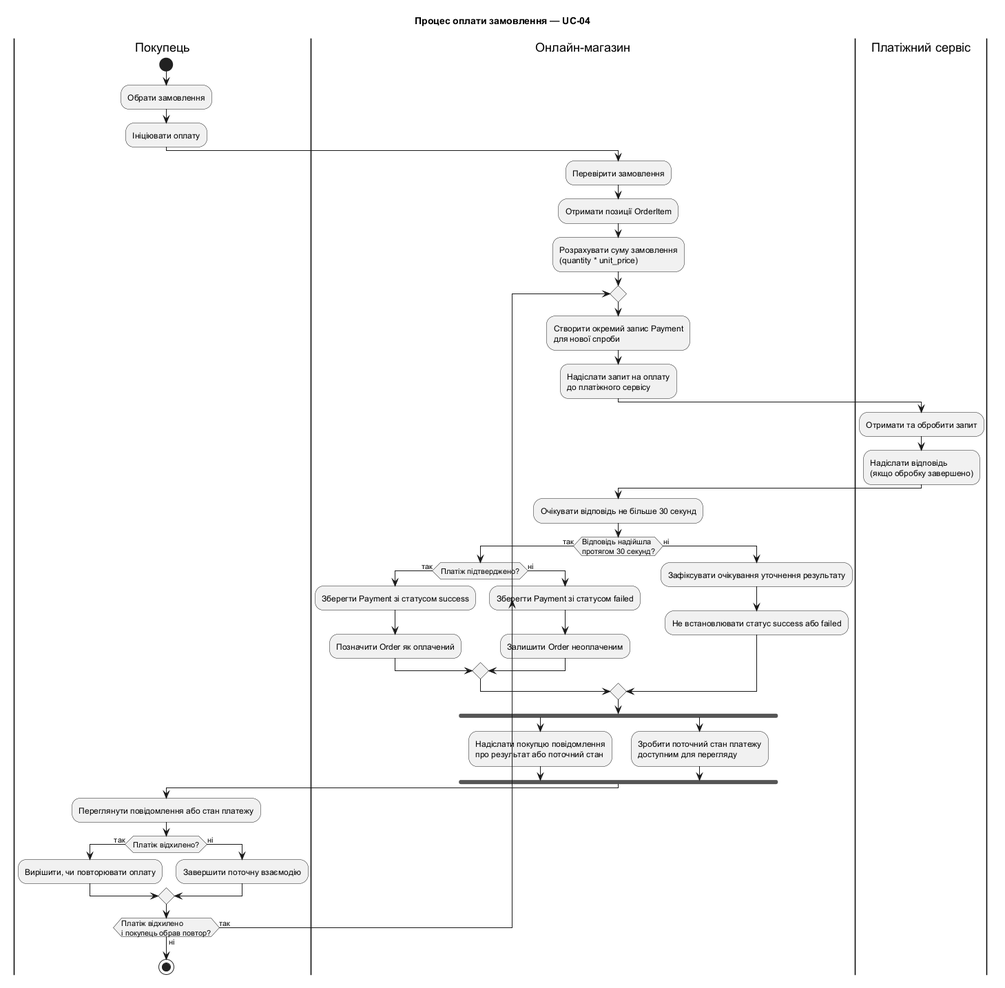
Above: lab4/renders/activity-diagram.png in denisovatetiana-im-53/kpi (PlantUML), before the change.
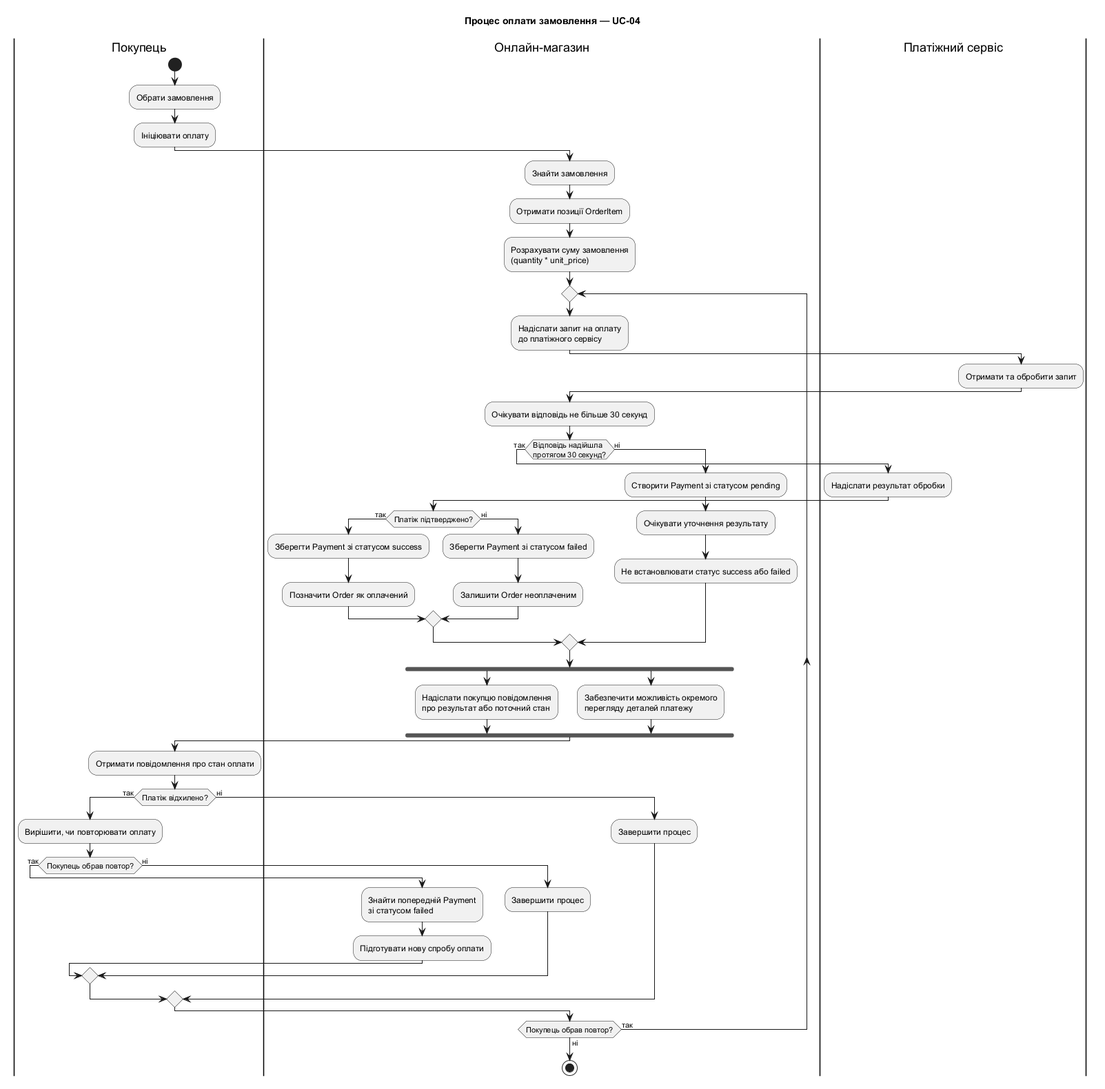
After the change.

Commit message:
docs(lab4): refine process specification and activity diagram

Diff of the diagram source:
```diff
@@ -7,22 +7,24 @@
 :Ініціювати оплату;
 
 |Онлайн-магазин|
-:Перевірити замовлення;
+:Знайти замовлення;
 :Отримати позиції OrderItem;
 :Розрахувати суму замовлення\n(quantity * unit_price);
 
 repeat
-  :Створити окремий запис Payment\nдля нової спроби;
   :Надіслати запит на оплату\nдо платіжного сервісу;
 
   |Платіжний сервіс|
   :Отримати та обробити запит;
-  :Надіслати відповідь\n(якщо обробку завершено);
 
   |Онлайн-магазин|
   :Очікувати відповідь не більше 30 секунд;
 
   if (Відповідь надійшла\nпротягом 30 секунд?) then (так)
+    |Платіжний сервіс|
+    :Надіслати результат обробки;
+
+    |Онлайн-магазин|
     if (Платіж підтверджено?) then (так)
       :Зберегти Payment зі статусом success;
       :Позначити Order як оплачений;
@@ -31,26 +33,34 @@
       :Залишити Order неоплаченим;
     endif
   else (ні)
-    :Зафіксувати очікування уточнення результату;
+    :Створити Payment зі статусом pending;
+    :Очікувати уточнення результату;
     :Не встановлювати статус success або failed;
   endif
 
   fork
     :Надіслати покупцю повідомлення\nпро результат або поточний стан;
   fork again
-    :Зробити поточний стан платежу\nдоступним для перегляду;
+    :Забезпечити можливість окремого\nперегляду деталей платежу;
   end fork
 
   |Покупець|
-  :Переглянути повідомлення або стан платежу;
+  :Отримати повідомлення про стан оплати;
 
   if (Платіж відхилено?) then (так)
     :Вирішити, чи повторювати оплату;
+    if (Покупець обрав повтор?) then (так)
+      |Онлайн-магазин|
+      :Знайти попередній Payment\nзі статусом failed;
+      :Підготувати нову спробу оплати;
+    else (ні)
+      :Завершити процес;
+    endif
   else (ні)
-    :Завершити поточну взаємодію;
+    :Завершити процес;
   endif
 
-repeat while (Платіж відхилено\nі покупець обрав повтор?) is (так) not (ні)
+repeat while (Покупець обрав повтор?) is (так) not (ні)
 
 stop
 @enduml
```
